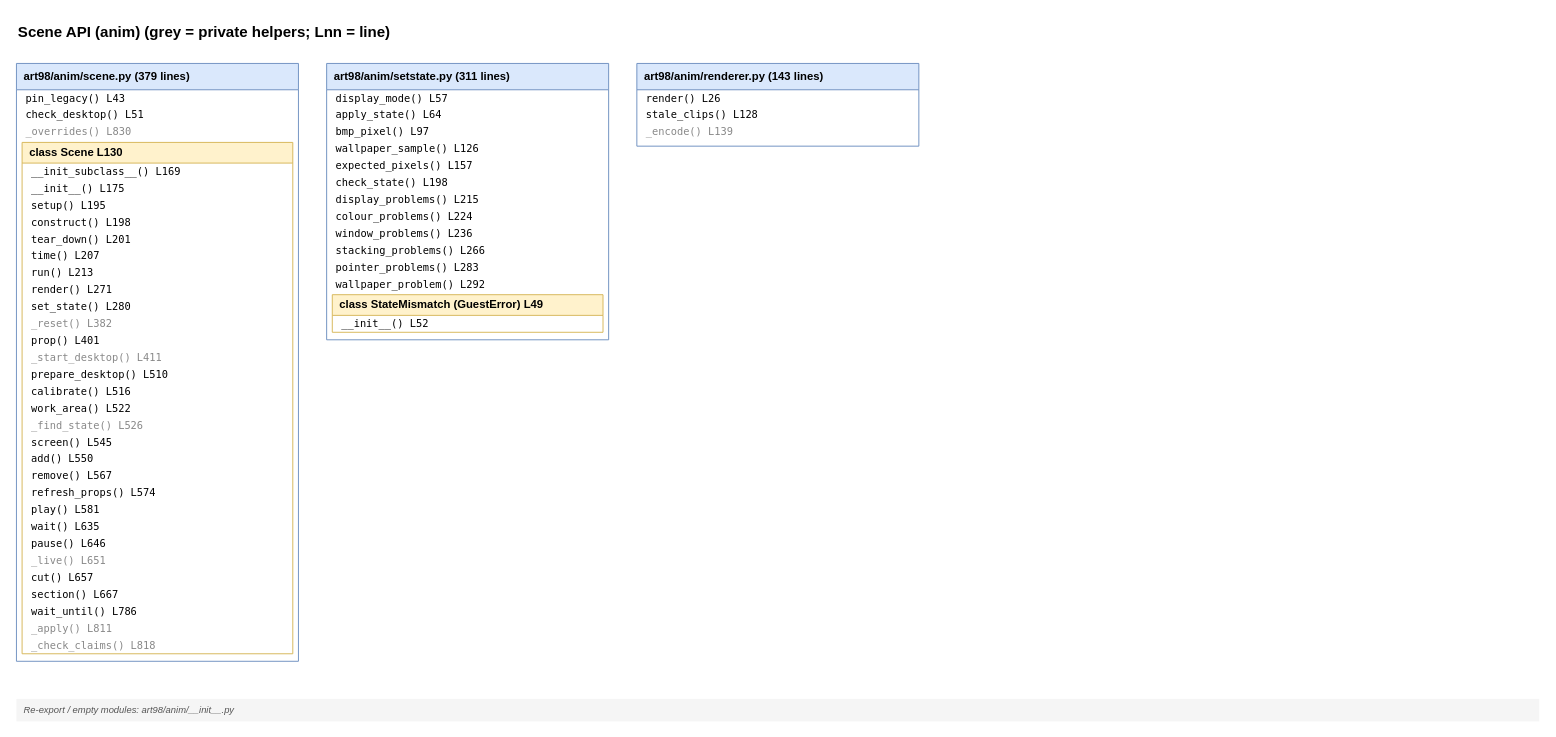
This is page "Scene API (anim)" (3 of 10) of docs/diagrams/function-tree.drawio from StanLukuvka/98artware, a draw.io file, before an edit. Source tidied: cells renumbered, new cells numbered last; positions are measured from the earlier drawing's top-left corner, leaving out a move shared by most shapes. Both pictures are drawn from the tidied source at 94%, with x=0, y=0 at pixel (16, 16).
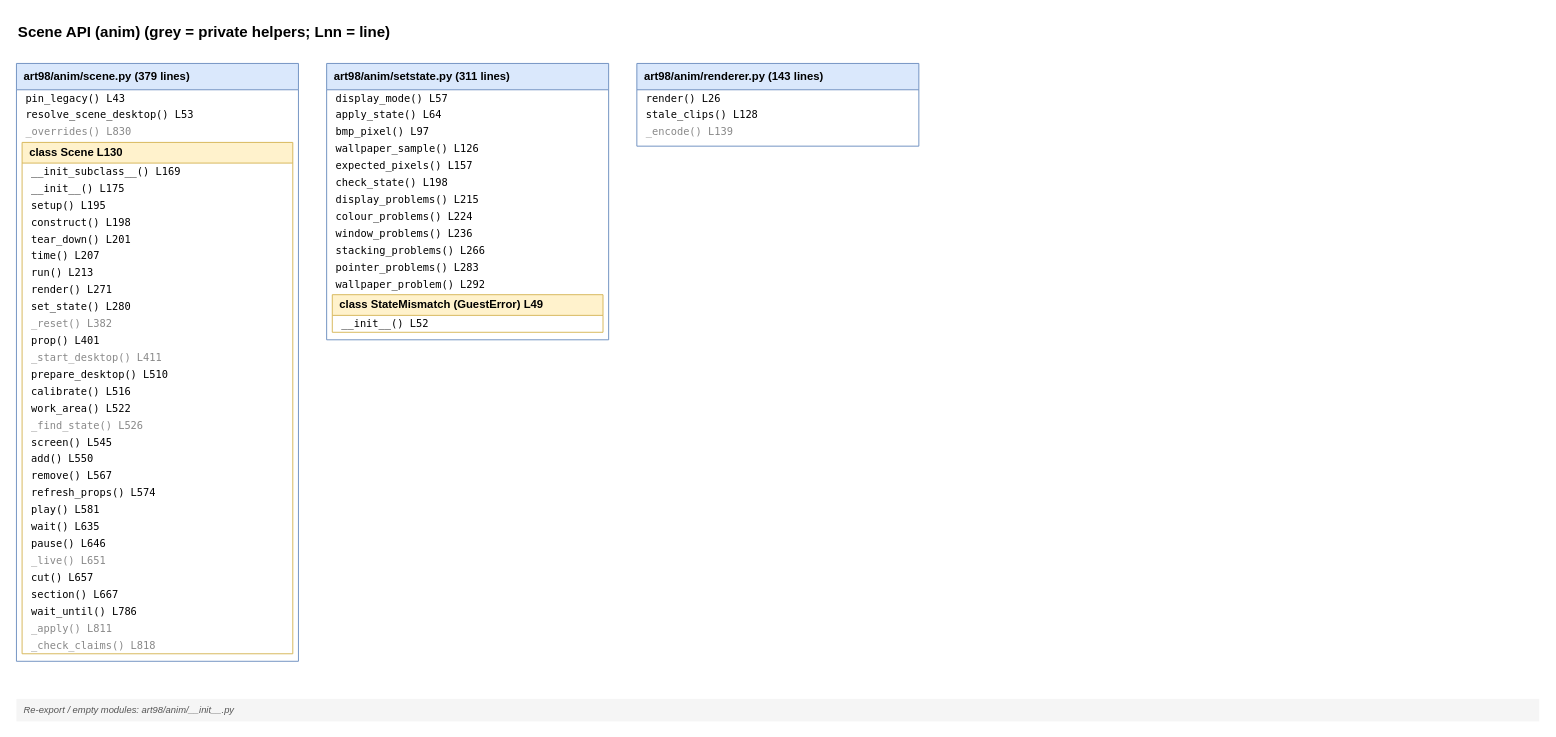
The same diagram, later.

Commit message (it also covers changes not shown here):
Name the desktop variables by scope and base, with a test for it (#46)

The change refers to these unchanged cells:
```xml
<mxCell id="3" value="art98/anim/scene.py  (379 lines)" style="swimlane;startSize=28;horizontal=1;fillColor=#dae8fc;strokeColor=#6c8ebf;fontStyle=1;align=left;spacingLeft=6;html=1;" parent="1" vertex="1">
  <mxGeometry y="50" width="300" height="636" as="geometry" />
</mxCell>
```

What changed in the source:
```diff
@@
-    <mxCell id="5" value="check_desktop()  L51" style="text;html=1;align=left;verticalAlign=middle;spacingLeft=8;fontFamily=monospace;fontSize=11;strokeColor=none;fillColor=none;" parent="3" vertex="1">
+    <mxCell id="5" value="resolve_scene_desktop()  L53" style="text;html=1;align=left;verticalAlign=middle;spacingLeft=8;fontFamily=monospace;fontSize=11;strokeColor=none;fillColor=none;" parent="3" vertex="1">
       <mxGeometry y="46" width="300" height="18" as="geometry" />
     </mxCell>
```
